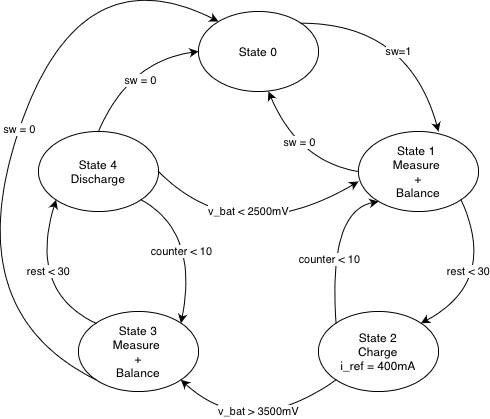
Earlier version of the draw.io export FSM.png (petraratkai/Mars_Rover). Source tidied: cells renumbered, new cells last; positions are measured from the earlier drawing's top-left corner, leaving out a move shared by most shapes.
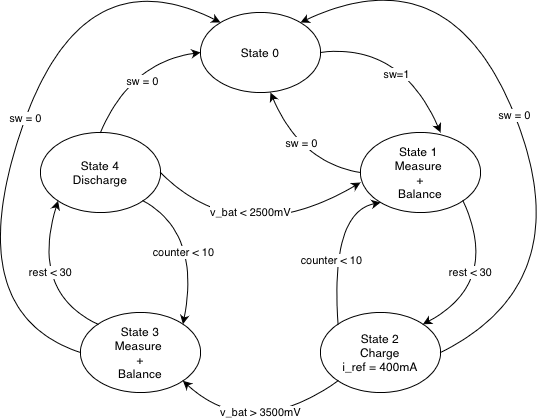
Above is the later version.

Commit message:
Finished_FSM

Diff of the diagram source:
```diff
@@ -61,10 +61,10 @@
         </Array>
       </mxGeometry>
     </mxCell>
-    <mxCell id="13" value="sw=1" style="curved=1;endArrow=classic;html=1;exitX=1;exitY=0;exitDx=0;exitDy=0;entryX=0.667;entryY=0;entryDx=0;entryDy=0;entryPerimeter=0;" parent="1" edge="1" source="2" target="3">
+    <mxCell id="13" value="sw=1" style="curved=1;endArrow=classic;html=1;entryX=0.667;entryY=0;entryDx=0;entryDy=0;entryPerimeter=0;exitX=1;exitY=0.5;exitDx=0;exitDy=0;" parent="1" edge="1" source="2" target="3">
       <mxGeometry x="0.2" y="-17" relative="1" as="geometry">
         <Array as="points">
-          <mxPoint x="450" y="72" />
+          <mxPoint x="440" y="90" />
         </Array>
       </mxGeometry>
     </mxCell>
@@ -89,7 +89,7 @@
         </Array>
       </mxGeometry>
     </mxCell>
-    <mxCell id="17" value="sw = 0" style="curved=1;endArrow=classic;html=1;exitX=0;exitY=1;exitDx=0;exitDy=0;" parent="1" edge="1" source="5">
+    <mxCell id="17" value="sw = 0" style="curved=1;endArrow=classic;html=1;exitX=0;exitY=0.5;exitDx=0;exitDy=0;" parent="1" edge="1" source="5">
       <mxGeometry relative="1" as="geometry">
         <mxPoint x="260" y="70" as="targetPoint" />
         <Array as="points">
@@ -98,5 +98,19 @@
         </Array>
       </mxGeometry>
     </mxCell>
+    <mxCell id="18" style="curved=1;endArrow=classic;html=1;exitX=1;exitY=0.5;exitDx=0;exitDy=0;" parent="1" edge="1" source="4">
+      <mxGeometry relative="1" as="geometry">
+        <mxPoint x="340" y="70" as="targetPoint" />
+        <Array as="points">
+          <mxPoint x="620" y="330" />
+          <mxPoint x="490" />
+        </Array>
+      </mxGeometry>
+    </mxCell>
+    <mxCell id="19" value="sw = 0" style="edgeLabel;html=1;align=center;verticalAlign=middle;" parent="18" vertex="1">
+      <mxGeometry x="-0.03" y="3" relative="1" as="geometry">
+        <mxPoint y="-7" as="offset" />
+      </mxGeometry>
+    </mxCell>
   </root>
 </mxGraphModel>
```
